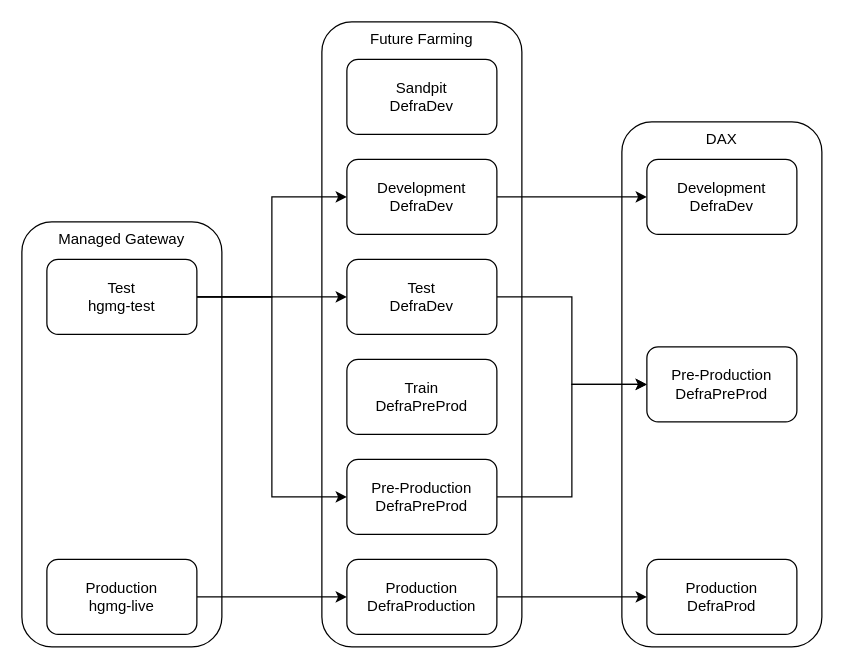
The draw.io diagram dax-integration.drawio in johnwatson484/diagrams, before the edit. Source tidied: cells renumbered, new cells numbered last; positions are measured from the earlier drawing's top-left corner, leaving out a move shared by most shapes. Both pictures are drawn from the tidied source at 125%, with x=0, y=0 at pixel (21, 21).
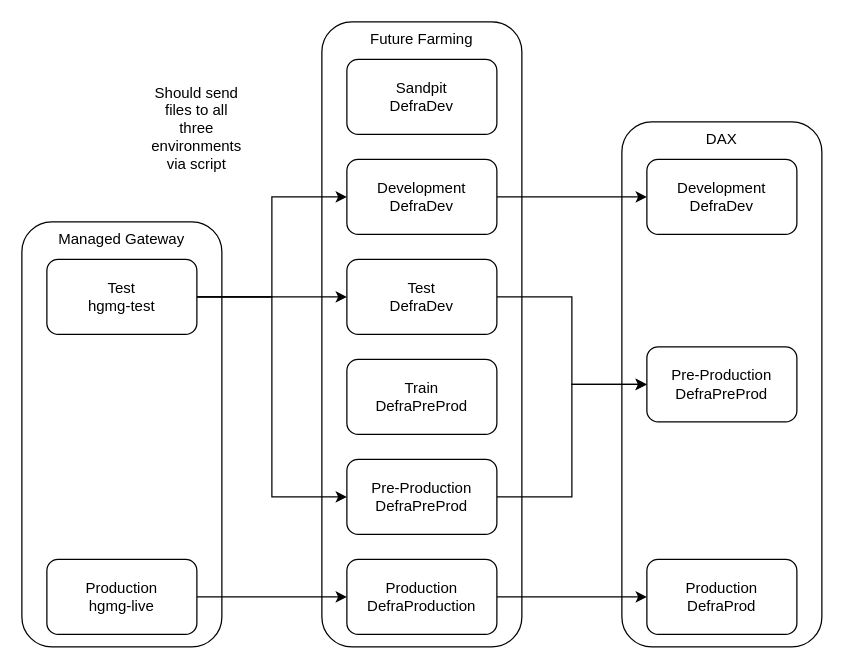
After the change.

Change to the diagram source:
```diff
@@
+    <mxCell id="24" value="Should send files to all three environments via script" style="text;html=1;strokeColor=none;fillColor=none;align=center;verticalAlign=middle;whiteSpace=wrap;rounded=0;" parent="1" vertex="1">
+      <mxGeometry x="110" y="70" width="60" height="30" as="geometry" />
+    </mxCell>
```
